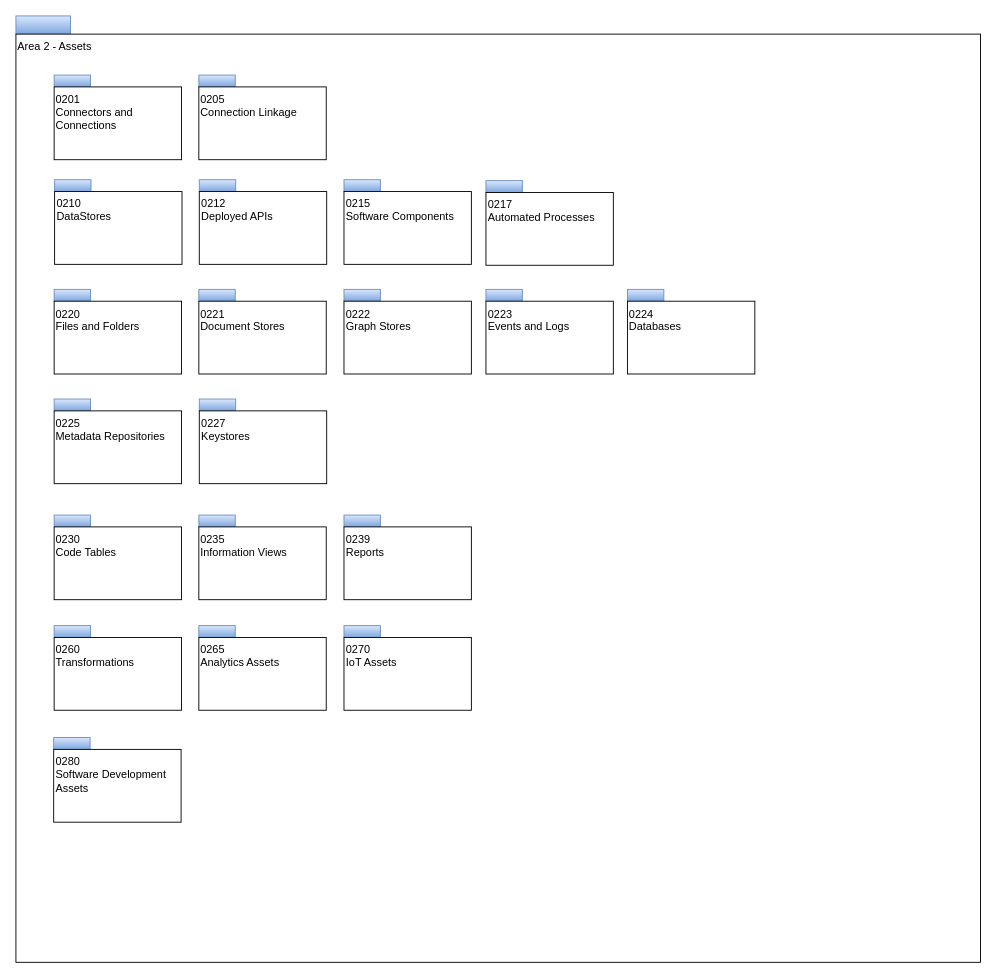
planetf1/egeria keeps this draw.io diagram as page "Overview" (1 of 10) of open-metadata-publication/website/open-metadata-types/area-2-assets.drawio. Above is the earlier version. Source tidied: cells renumbered, new cells numbered last; positions are measured from the earlier drawing's top-left corner, leaving out a move shared by most shapes. Both pictures are drawn from the tidied source at 91%, with x=0, y=0 at pixel (15, 15).
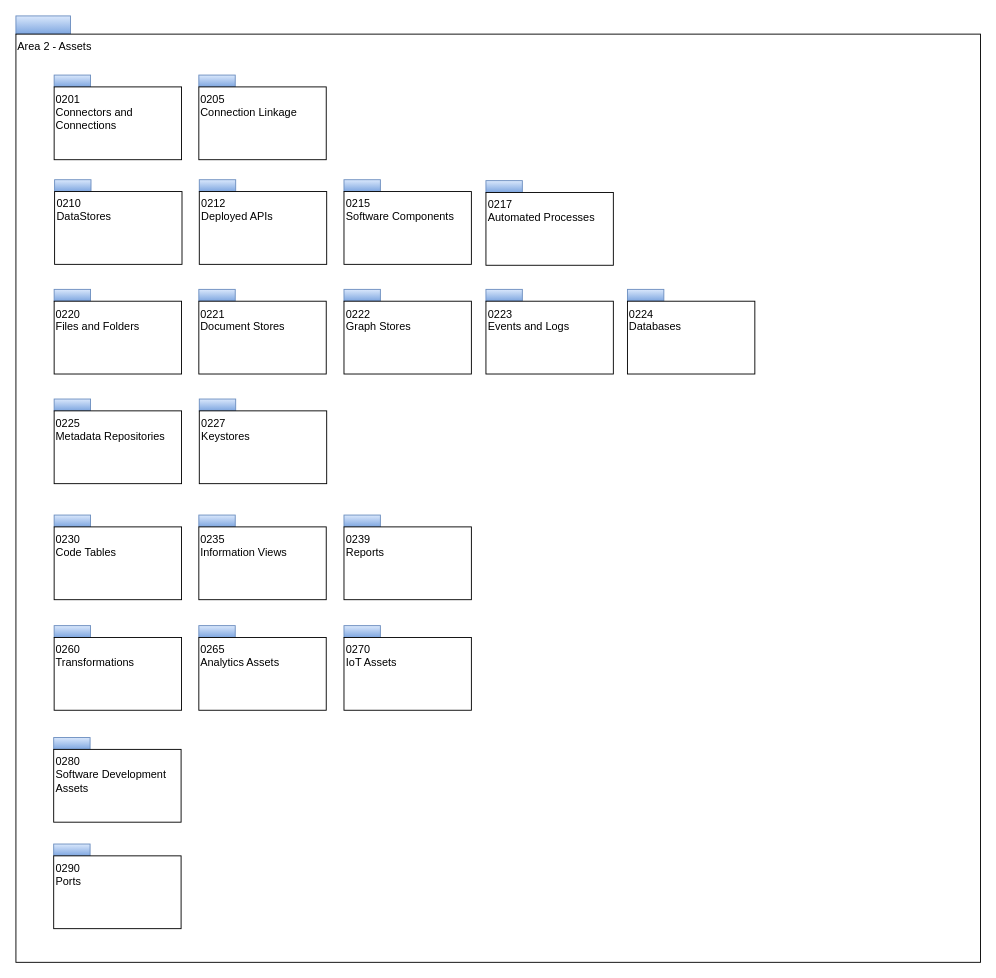
The same page after the edit.

Diff of the diagram source:
```diff
@@
+    <mxCell id="44" style="rounded=0;whiteSpace=wrap;html=1;align=left;fillColor=#dae8fc;strokeColor=#6c8ebf;gradientColor=#7ea6e0;" parent="1" vertex="1">
+      <mxGeometry x="41.5" y="910" width="40" height="13" as="geometry" />
+    </mxCell>
+    <mxCell id="45" value="0290&lt;br&gt;Ports" style="rounded=0;whiteSpace=wrap;html=1;align=left;verticalAlign=top;" parent="1" vertex="1">
+      <mxGeometry x="41.5" y="923" width="140" height="80" as="geometry" />
+    </mxCell>
```
